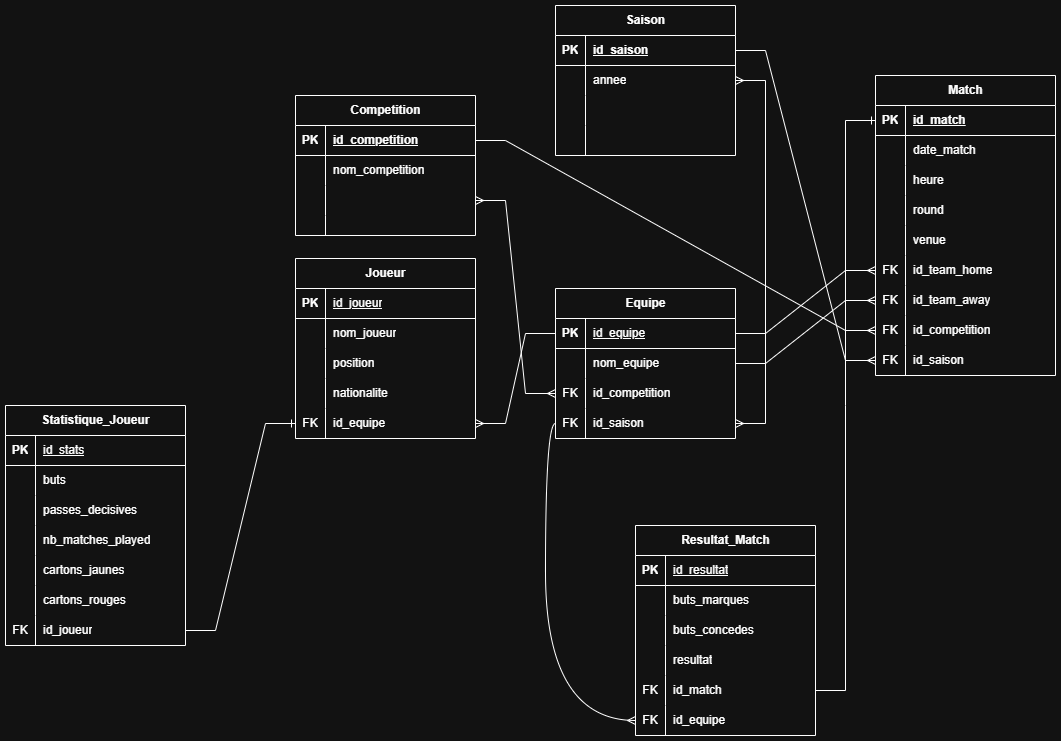
anass17/Modelisation-et-Analyse-de-Donnees-Footballistiques keeps this draw.io diagram as docs/ERD.png. Above is the earlier version. Source tidied: cells renumbered, new cells last; positions are measured from the earlier drawing's top-left corner, leaving out a move shared by most shapes.
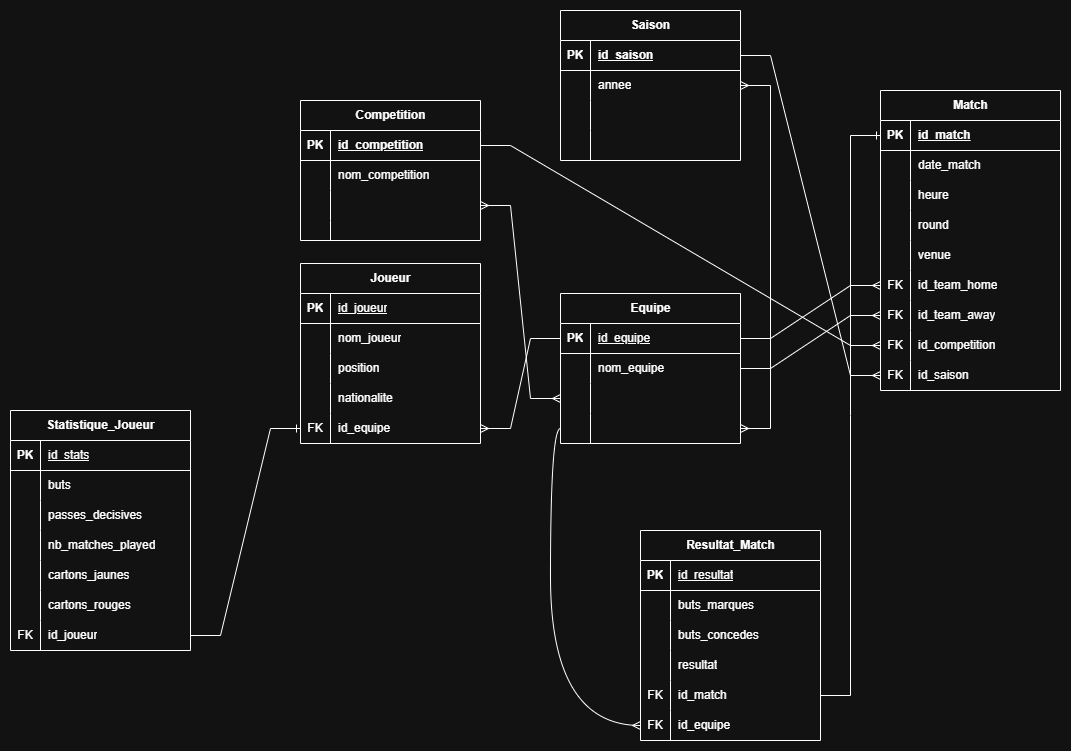
After the commit.

What changed in the source:
```diff
@@ -104,19 +104,19 @@
     <mxCell id="35" style="shape=tableRow;horizontal=0;startSize=0;swimlaneHead=0;swimlaneBody=0;fillColor=none;points=[[0,0.5],[1,0.5]];portConstraint=eastwest;top=0;left=0;right=0;bottom=0;" parent="28" vertex="1">
       <mxGeometry y="90" width="180" height="30" as="geometry" />
     </mxCell>
-    <mxCell id="36" value="FK" style="shape=partialRectangle;fillColor=none;top=0;left=0;bottom=0;right=0;overflow=hidden;whiteSpace=wrap;html=1;" parent="35" vertex="1">
+    <mxCell id="36" style="shape=partialRectangle;fillColor=none;top=0;left=0;bottom=0;right=0;overflow=hidden;whiteSpace=wrap;html=1;" parent="35" vertex="1">
       <mxGeometry width="30" height="30" as="geometry" />
     </mxCell>
-    <mxCell id="37" value="id_competition" style="shape=partialRectangle;fillColor=none;top=0;left=0;bottom=0;right=0;align=left;spacingLeft=6;overflow=hidden;whiteSpace=wrap;html=1;" parent="35" vertex="1">
+    <mxCell id="37" style="shape=partialRectangle;fillColor=none;top=0;left=0;bottom=0;right=0;align=left;spacingLeft=6;overflow=hidden;whiteSpace=wrap;html=1;" parent="35" vertex="1">
       <mxGeometry x="30" width="150" height="30" as="geometry" />
     </mxCell>
     <mxCell id="38" style="shape=tableRow;horizontal=0;startSize=0;swimlaneHead=0;swimlaneBody=0;fillColor=none;points=[[0,0.5],[1,0.5]];portConstraint=eastwest;top=0;left=0;right=0;bottom=0;" parent="28" vertex="1">
       <mxGeometry y="120" width="180" height="30" as="geometry" />
     </mxCell>
-    <mxCell id="39" value="FK" style="shape=partialRectangle;fillColor=none;top=0;left=0;bottom=0;right=0;overflow=hidden;whiteSpace=wrap;html=1;" parent="38" vertex="1">
+    <mxCell id="39" style="shape=partialRectangle;fillColor=none;top=0;left=0;bottom=0;right=0;overflow=hidden;whiteSpace=wrap;html=1;" parent="38" vertex="1">
       <mxGeometry width="30" height="30" as="geometry" />
     </mxCell>
-    <mxCell id="40" value="id_saison" style="shape=partialRectangle;fillColor=none;top=0;left=0;bottom=0;right=0;align=left;spacingLeft=6;overflow=hidden;whiteSpace=wrap;html=1;" parent="38" vertex="1">
+    <mxCell id="40" style="shape=partialRectangle;fillColor=none;top=0;left=0;bottom=0;right=0;align=left;spacingLeft=6;overflow=hidden;whiteSpace=wrap;html=1;" parent="38" vertex="1">
       <mxGeometry x="30" width="150" height="30" as="geometry" />
     </mxCell>
     <mxCell id="41" value="&lt;span style=&quot;text-wrap-mode: wrap;&quot;&gt;Joueur&lt;/span&gt;" style="shape=table;startSize=30;rowLines=0;fontStyle=1;align=center;html=1;" parent="1" vertex="1">
@@ -168,7 +168,7 @@
       <mxGeometry x="30" width="150" height="30" as="geometry" />
     </mxCell>
     <mxCell id="57" value="Match" style="shape=table;startSize=30;rowLines=0;fontStyle=1;align=center;html=1;" parent="1" vertex="1">
-      <mxGeometry x="870" y="70" width="180" height="300" as="geometry" />
+      <mxGeometry x="870" y="80" width="180" height="300" as="geometry" />
     </mxCell>
     <mxCell id="58" style="shape=tableRow;horizontal=0;startSize=0;swimlaneHead=0;swimlaneBody=0;fillColor=none;points=[[0,0.5],[1,0.5]];portConstraint=eastwest;top=0;left=0;right=0;bottom=1;" parent="57" vertex="1">
       <mxGeometry y="30" width="180" height="30" as="geometry" />
```
